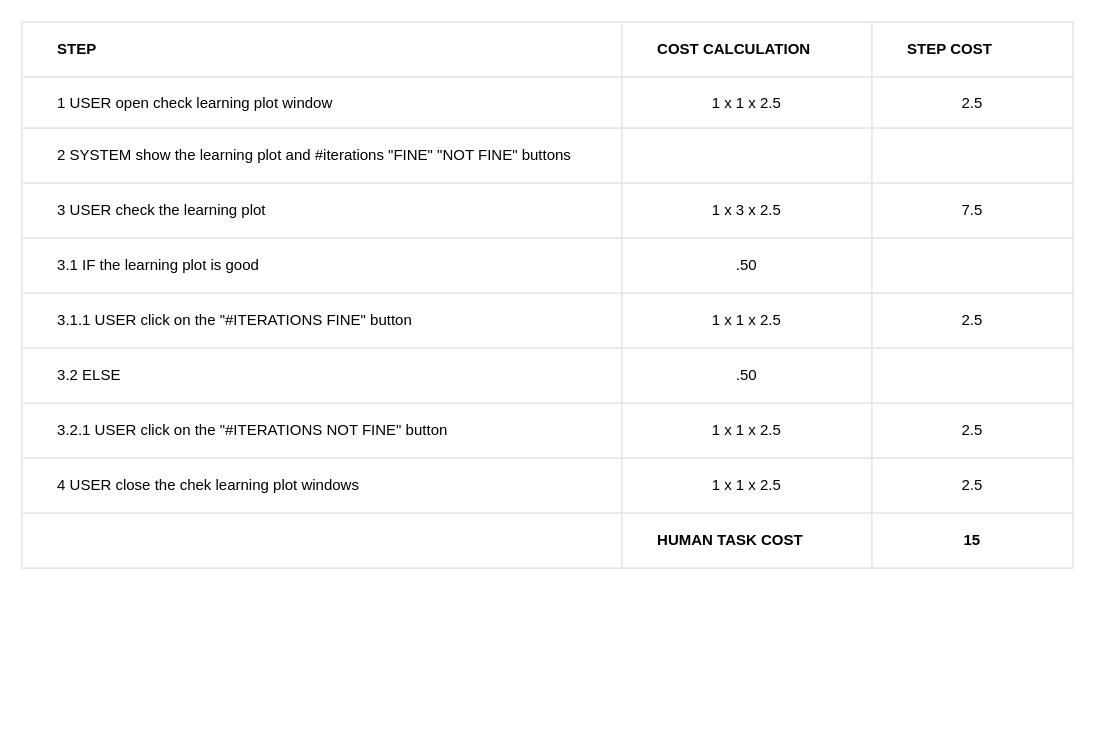
Above: check_learning_plot_table.drawio in BaffoBello14/AutomaticDamagesRecognition (draw.io), before the change. Source tidied: cells renumbered, new cells numbered last; positions are measured from the earlier drawing's top-left corner, leaving out a move shared by most shapes. Both pictures are drawn from the tidied source at 125%, with x=0, y=0 at pixel (21, 21).
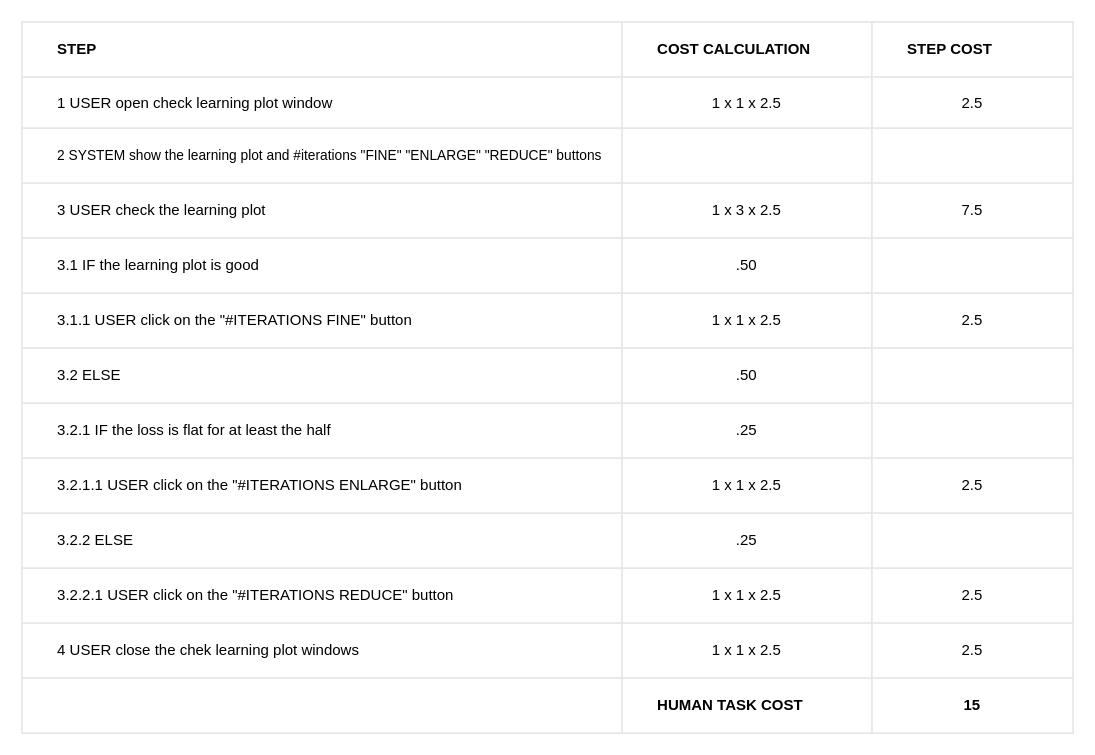
The same diagram, later.

The change refers to these unchanged cells:
```xml
<mxCell id="11" style="shape=tableRow;horizontal=0;startSize=0;swimlaneHead=0;swimlaneBody=0;top=0;left=0;bottom=0;right=0;fontStyle=0;fillColor=none;strokeColor=inherit;" parent="2" vertex="1">
  <mxGeometry y="85" width="841" height="44" as="geometry" />
</mxCell>
<mxCell id="31" style="shape=tableRow;horizontal=0;startSize=0;swimlaneHead=0;swimlaneBody=0;top=0;left=0;bottom=0;right=0;fontStyle=0;fillColor=none;strokeColor=inherit;" parent="2" vertex="1">
  <mxGeometry y="305" width="841" height="44" as="geometry" />
</mxCell>
```

What changed in the source:
```diff
@@
     <mxCell id="2" style="childLayout=tableLayout;shadow=0;strokeColor=#E6E6E6;align=center;" parent="1" vertex="1">
-      <mxGeometry width="841" height="437" as="geometry" />
+      <mxGeometry width="841" height="569" as="geometry" />
     </mxCell>
@@
-    <mxCell id="12" value="&lt;span style=&quot;white-space: pre;&quot;&gt;&#9;&lt;/span&gt;2 SYSTEM show the learning plot and #iterations &quot;FINE&quot; &quot;NOT FINE&quot; buttons" style="strokeColor=inherit;fillColor=none;align=left;whiteSpace=wrap;html=1;" parent="11" vertex="1">
+    <mxCell id="12" value="&lt;span style=&quot;white-space: pre;&quot;&gt;&#9;&lt;/span&gt;&lt;font style=&quot;font-size: 11px;&quot;&gt;2 SYSTEM show the learning plot and #iterations &quot;FINE&quot; &quot;ENLARGE&quot; &quot;REDUCE&quot; buttons&lt;/font&gt;" style="strokeColor=inherit;fillColor=none;align=left;whiteSpace=wrap;html=1;" parent="11" vertex="1">
       <mxGeometry width="480" height="44" as="geometry" />
     </mxCell>
@@
-    <mxCell id="32" value="&lt;span style=&quot;border-color: var(--border-color);&quot;&gt;&lt;/span&gt;&lt;span style=&quot;white-space: pre;&quot;&gt;&#9;&lt;/span&gt;3.2.1 USER click on the &quot;#ITERATIONS NOT FINE&quot; button" style="strokeColor=inherit;fillColor=none;align=left;whiteSpace=wrap;html=1;" parent="31" vertex="1">
+    <mxCell id="32" value="&lt;span style=&quot;border-color: var(--border-color);&quot;&gt;&lt;/span&gt;&lt;span style=&quot;&quot;&gt;&lt;span style=&quot;white-space: pre;&quot;&gt;&amp;nbsp;&amp;nbsp;&amp;nbsp;&amp;nbsp;&lt;span style=&quot;white-space: pre;&quot;&gt;&#9;&lt;/span&gt;&lt;/span&gt;&lt;/span&gt;3.2.1 IF the loss is flat for at least the half&amp;nbsp;" style="strokeColor=inherit;fillColor=none;align=left;whiteSpace=wrap;html=1;" parent="31" vertex="1">
       <mxGeometry width="480" height="44" as="geometry" />
     </mxCell>
-    <mxCell id="33" value="1 x 1 x 2.5" style="strokeColor=inherit;fillColor=none;align=center;whiteSpace=wrap;html=1;" parent="31" vertex="1">
+    <mxCell id="33" value=".25" style="strokeColor=inherit;fillColor=none;align=center;whiteSpace=wrap;html=1;" parent="31" vertex="1">
       <mxGeometry x="480" width="200" height="44" as="geometry" />
     </mxCell>
-    <mxCell id="34" value="2.5" style="strokeColor=inherit;fillColor=none;align=center;whiteSpace=wrap;html=1;" parent="31" vertex="1">
+    <mxCell id="34" style="strokeColor=inherit;fillColor=none;align=center;whiteSpace=wrap;html=1;" parent="31" vertex="1">
       <mxGeometry x="680" width="161" height="44" as="geometry" />
     </mxCell>
+    <mxCell id="43" style="shape=tableRow;horizontal=0;startSize=0;swimlaneHead=0;swimlaneBody=0;top=0;left=0;bottom=0;right=0;fontStyle=0;fillColor=none;strokeColor=inherit;" parent="2" vertex="1">
+      <mxGeometry y="349" width="841" height="44" as="geometry" />
+    </mxCell>
+    <mxCell id="44" value="&lt;span style=&quot;&quot;&gt;&lt;span style=&quot;white-space: pre;&quot;&gt;&amp;nbsp;&amp;nbsp;&amp;nbsp;&amp;nbsp;&lt;span style=&quot;white-space: pre;&quot;&gt;&#9;&lt;/span&gt;&lt;/span&gt;&lt;/span&gt;3.2.1.1 USER click on the &quot;#ITERATIONS ENLARGE&quot; button" style="strokeColor=inherit;fillColor=none;align=left;whiteSpace=wrap;html=1;" parent="43" vertex="1">
+      <mxGeometry width="480" height="44" as="geometry" />
+    </mxCell>
+    <mxCell id="45" value="1 x 1 x 2.5" style="strokeColor=inherit;fillColor=none;align=center;whiteSpace=wrap;html=1;" parent="43" vertex="1">
+      <mxGeometry x="480" width="200" height="44" as="geometry" />
+    </mxCell>
+    <mxCell id="46" value="2.5" style="strokeColor=inherit;fillColor=none;align=center;whiteSpace=wrap;html=1;" parent="43" vertex="1">
+      <mxGeometry x="680" width="161" height="44" as="geometry" />
+    </mxCell>
+    <mxCell id="47" style="shape=tableRow;horizontal=0;startSize=0;swimlaneHead=0;swimlaneBody=0;top=0;left=0;bottom=0;right=0;fontStyle=0;fillColor=none;strokeColor=inherit;" parent="2" vertex="1">
+      <mxGeometry y="393" width="841" height="44" as="geometry" />
+    </mxCell>
+    <mxCell id="48" value="&lt;span style=&quot;white-space: pre;&quot;&gt;&#9;&lt;/span&gt;3.2.2 ELSE" style="strokeColor=inherit;fillColor=none;align=left;whiteSpace=wrap;html=1;" parent="47" vertex="1">
+      <mxGeometry width="480" height="44" as="geometry" />
+    </mxCell>
+    <mxCell id="49" value=".25" style="strokeColor=inherit;fillColor=none;align=center;whiteSpace=wrap;html=1;" parent="47" vertex="1">
+      <mxGeometry x="480" width="200" height="44" as="geometry" />
+    </mxCell>
+    <mxCell id="50" style="strokeColor=inherit;fillColor=none;align=center;whiteSpace=wrap;html=1;" parent="47" vertex="1">
+      <mxGeometry x="680" width="161" height="44" as="geometry" />
+    </mxCell>
+    <mxCell id="51" style="shape=tableRow;horizontal=0;startSize=0;swimlaneHead=0;swimlaneBody=0;top=0;left=0;bottom=0;right=0;fontStyle=0;fillColor=none;strokeColor=inherit;" parent="2" vertex="1">
+      <mxGeometry y="437" width="841" height="44" as="geometry" />
+    </mxCell>
+    <mxCell id="52" value="&lt;span style=&quot;&quot;&gt;&lt;span style=&quot;white-space: pre;&quot;&gt;&amp;nbsp;&amp;nbsp;&amp;nbsp;&amp;nbsp;&lt;span style=&quot;white-space: pre;&quot;&gt;&#9;&lt;/span&gt;&lt;/span&gt;&lt;/span&gt;&lt;span style=&quot;border-color: var(--border-color);&quot;&gt;&lt;/span&gt;3.2.2.1 USER click on the &quot;#ITERATIONS REDUCE&quot; button" style="strokeColor=inherit;fillColor=none;align=left;whiteSpace=wrap;html=1;" parent="51" vertex="1">
+      <mxGeometry width="480" height="44" as="geometry" />
+    </mxCell>
+    <mxCell id="53" value="1 x 1 x 2.5" style="strokeColor=inherit;fillColor=none;align=center;whiteSpace=wrap;html=1;" parent="51" vertex="1">
+      <mxGeometry x="480" width="200" height="44" as="geometry" />
+    </mxCell>
+    <mxCell id="54" value="2.5" style="strokeColor=inherit;fillColor=none;align=center;whiteSpace=wrap;html=1;" parent="51" vertex="1">
+      <mxGeometry x="680" width="161" height="44" as="geometry" />
+    </mxCell>
     <mxCell id="35" style="shape=tableRow;horizontal=0;startSize=0;swimlaneHead=0;swimlaneBody=0;top=0;left=0;bottom=0;right=0;fontStyle=0;fillColor=none;strokeColor=inherit;" parent="2" vertex="1">
-      <mxGeometry y="349" width="841" height="44" as="geometry" />
+      <mxGeometry y="481" width="841" height="44" as="geometry" />
     </mxCell>
@@
     <mxCell id="39" style="shape=tableRow;horizontal=0;startSize=0;swimlaneHead=0;swimlaneBody=0;top=0;left=0;bottom=0;right=0;fontStyle=0;fillColor=none;strokeColor=inherit;" parent="2" vertex="1">
-      <mxGeometry y="393" width="841" height="44" as="geometry" />
+      <mxGeometry y="525" width="841" height="44" as="geometry" />
     </mxCell>
```
